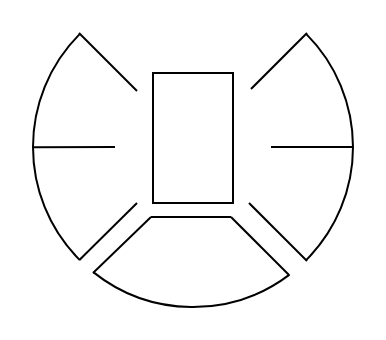
This is Designs/Scale.drawio from CarlosAlmeida4/CarTouchscreenMiniDisplay, a draw.io file, before an edit. Source tidied: cells renumbered, new cells numbered last; positions are measured from the earlier drawing's top-left corner, leaving out a move shared by most shapes. Both pictures are drawn from the tidied source at 200%, with x=0, y=0 at pixel (32, -14).
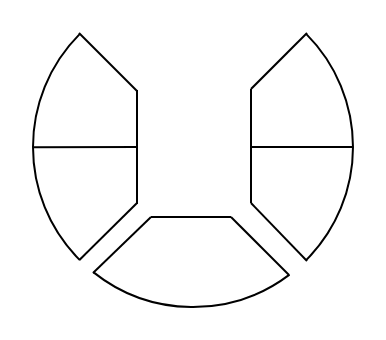
After the change.

Unchanged cells that the change refers to:
```xml
<mxCell id="3" style="verticalLabelPosition=bottom;verticalAlign=top;html=1;shape=mxgraph.basic.arc;startAngle=0.625;endAngle=0.875;" parent="1" vertex="1">
  <mxGeometry width="160" height="160" as="geometry" />
</mxCell>
```

What changed in the source:
```diff
@@
     <mxCell id="5" style="endArrow=none;html=1;rounded=0;exitX=0.002;exitY=0.501;exitDx=0;exitDy=0;exitPerimeter=0;" parent="1" edge="1" source="3">
       <mxGeometry relative="1" as="geometry">
-        <mxPoint x="41" y="80" as="targetPoint" />
+        <mxPoint x="52" y="80" as="targetPoint" />
       </mxGeometry>
     </mxCell>
@@
     <mxCell id="7" style="endArrow=none;html=1;rounded=0;" parent="1" edge="1">
       <mxGeometry relative="1" as="geometry">
-        <mxPoint x="108" y="108" as="sourcePoint" />
+        <mxPoint x="109" y="108" as="sourcePoint" />
         <mxPoint x="137" y="137" as="targetPoint" />
       </mxGeometry>
     </mxCell>
-    <mxCell id="8" style="endArrow=none;html=1;rounded=0;exitX=0.002;exitY=0.501;exitDx=0;exitDy=0;exitPerimeter=0;" parent="1" edge="1">
+    <mxCell id="8" style="endArrow=none;html=1;rounded=0;" parent="1" edge="1">
       <mxGeometry relative="1" as="geometry">
-        <mxPoint x="119" y="80" as="sourcePoint" />
+        <mxPoint x="109" y="80" as="sourcePoint" />
         <mxPoint x="160" y="80" as="targetPoint" />
       </mxGeometry>
     </mxCell>
@@
-    <mxCell id="14" style="verticalLabelPosition=bottom;verticalAlign=top;html=1;shape=mxgraph.basic.rect;fillColor2=none;strokeWidth=1;size=20;indent=5;" parent="1" vertex="1">
-      <mxGeometry x="60" y="43" width="40" height="65" as="geometry" />
-    </mxCell>
+    <mxCell id="15" style="endArrow=none;html=1;rounded=0;" parent="1" edge="1">
+      <mxGeometry relative="1" as="geometry">
+        <mxPoint x="52" y="51.5" as="sourcePoint" />
+        <mxPoint x="52" y="108.5" as="targetPoint" />
+      </mxGeometry>
+    </mxCell>
+    <mxCell id="16" style="endArrow=none;html=1;rounded=0;" parent="1" edge="1">
+      <mxGeometry relative="1" as="geometry">
+        <mxPoint x="109" y="51" as="sourcePoint" />
+        <mxPoint x="109" y="108" as="targetPoint" />
+      </mxGeometry>
+    </mxCell>
```
